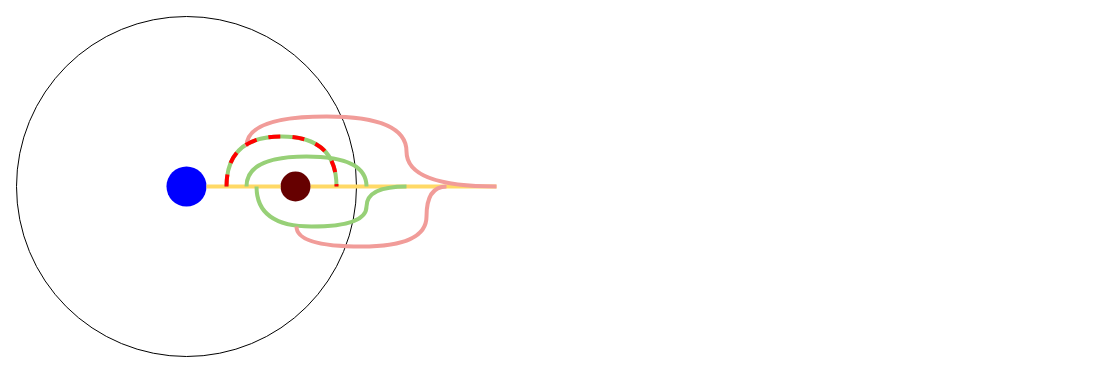
Above: Untitled Diagram.drawio in Gaoyuan-Liu/debug (draw.io), before the change. Source tidied: cells renumbered, new cells numbered last; positions are measured from the earlier drawing's top-left corner, leaving out a move shared by most shapes. Both pictures are drawn from the tidied source at 100%, with x=0, y=0 at pixel (16, 16).
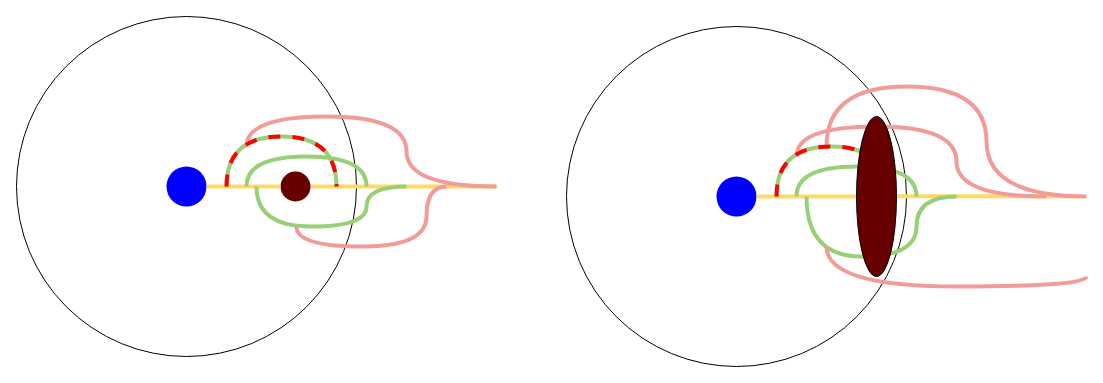
Above is the later version.

What changed in the source:
```diff
@@
+    <mxCell id="13" style="ellipse;whiteSpace=wrap;html=1;" parent="1" vertex="1">
+      <mxGeometry x="550" y="10" width="340" height="340" as="geometry" />
+    </mxCell>
+    <mxCell id="14" style="ellipse;whiteSpace=wrap;html=1;fillColor=#0000FF;strokeColor=none;" parent="1" vertex="1">
+      <mxGeometry x="700" y="160" width="40" height="40" as="geometry" />
+    </mxCell>
+    <mxCell id="15" style="endArrow=none;html=1;exitX=1;exitY=0.5;exitDx=0;exitDy=0;strokeColor=#FFD966;strokeWidth=4;" parent="1" edge="1">
+      <mxGeometry relative="1" as="geometry">
+        <mxPoint x="880" y="179.7" as="sourcePoint" />
+        <mxPoint x="1066" y="179.7" as="targetPoint" />
+      </mxGeometry>
+    </mxCell>
+    <mxCell id="16" style="endArrow=none;html=1;exitX=1;exitY=0.5;exitDx=0;exitDy=0;strokeColor=#FFD966;strokeWidth=4;entryX=0;entryY=0.5;entryDx=0;entryDy=0;" parent="1" edge="1" source="14" target="23">
+      <mxGeometry relative="1" as="geometry" />
+    </mxCell>
+    <mxCell id="17" style="endArrow=none;html=1;strokeWidth=4;edgeStyle=orthogonalEdgeStyle;curved=1;strokeColor=#97D077;" parent="1" edge="1">
+      <mxGeometry relative="1" as="geometry">
+        <mxPoint x="760" y="180" as="sourcePoint" />
+        <mxPoint x="870" y="180" as="targetPoint" />
+        <Array as="points">
+          <mxPoint x="760" y="130" />
+          <mxPoint x="870" y="130" />
+        </Array>
+      </mxGeometry>
+    </mxCell>
+    <mxCell id="18" style="endArrow=none;html=1;strokeColor=#97D077;strokeWidth=4;edgeStyle=orthogonalEdgeStyle;curved=1;" parent="1" edge="1">
+      <mxGeometry relative="1" as="geometry">
+        <mxPoint x="790" y="180" as="sourcePoint" />
+        <mxPoint x="940" y="180" as="targetPoint" />
+        <Array as="points">
+          <mxPoint x="790" y="240" />
+          <mxPoint x="900" y="240" />
+          <mxPoint x="900" y="180" />
+        </Array>
+      </mxGeometry>
+    </mxCell>
+    <mxCell id="19" style="endArrow=none;html=1;strokeWidth=4;strokeColor=#F19C99;edgeStyle=orthogonalEdgeStyle;curved=1;" parent="1" edge="1">
+      <mxGeometry relative="1" as="geometry">
+        <mxPoint x="780" y="140" as="sourcePoint" />
+        <mxPoint x="1030" y="180" as="targetPoint" />
+        <Array as="points">
+          <mxPoint x="780" y="110" />
+          <mxPoint x="940" y="110" />
+          <mxPoint x="940" y="180" />
+        </Array>
+      </mxGeometry>
+    </mxCell>
+    <mxCell id="20" style="endArrow=none;html=1;strokeWidth=4;edgeStyle=orthogonalEdgeStyle;curved=1;strokeColor=#97D077;" parent="1" edge="1">
+      <mxGeometry relative="1" as="geometry">
+        <mxPoint x="780" y="180" as="sourcePoint" />
+        <mxPoint x="900" y="180" as="targetPoint" />
+        <Array as="points">
+          <mxPoint x="780" y="150" />
+          <mxPoint x="900" y="150" />
+        </Array>
+      </mxGeometry>
+    </mxCell>
+    <mxCell id="21" style="endArrow=none;html=1;strokeWidth=4;strokeColor=#F19C99;edgeStyle=orthogonalEdgeStyle;curved=1;" parent="1" edge="1">
+      <mxGeometry relative="1" as="geometry">
+        <mxPoint x="810" y="130" as="sourcePoint" />
+        <mxPoint x="1070" y="180" as="targetPoint" />
+        <Array as="points">
+          <mxPoint x="810" y="70" />
+          <mxPoint x="970" y="70" />
+          <mxPoint x="970" y="180" />
+        </Array>
+      </mxGeometry>
+    </mxCell>
+    <mxCell id="22" style="endArrow=none;html=1;strokeWidth=4;edgeStyle=orthogonalEdgeStyle;curved=1;strokeColor=#FF0000;dashed=1;" parent="1" edge="1">
+      <mxGeometry relative="1" as="geometry">
+        <mxPoint x="760" y="180" as="sourcePoint" />
+        <mxPoint x="870" y="180" as="targetPoint" />
+        <Array as="points">
+          <mxPoint x="760" y="130" />
+          <mxPoint x="870" y="130" />
+        </Array>
+      </mxGeometry>
+    </mxCell>
+    <mxCell id="23" style="ellipse;whiteSpace=wrap;html=1;fillColor=#660000;" parent="1" vertex="1">
+      <mxGeometry x="840" y="100" width="40" height="160" as="geometry" />
+    </mxCell>
+    <mxCell id="24" style="endArrow=none;html=1;strokeWidth=4;strokeColor=#F19C99;edgeStyle=orthogonalEdgeStyle;curved=1;" parent="1" edge="1">
+      <mxGeometry relative="1" as="geometry">
+        <mxPoint x="810" y="230" as="sourcePoint" />
+        <mxPoint x="1070" y="260" as="targetPoint" />
+        <Array as="points">
+          <mxPoint x="810" y="270" />
+          <mxPoint x="1070" y="270" />
+        </Array>
+      </mxGeometry>
+    </mxCell>
```
